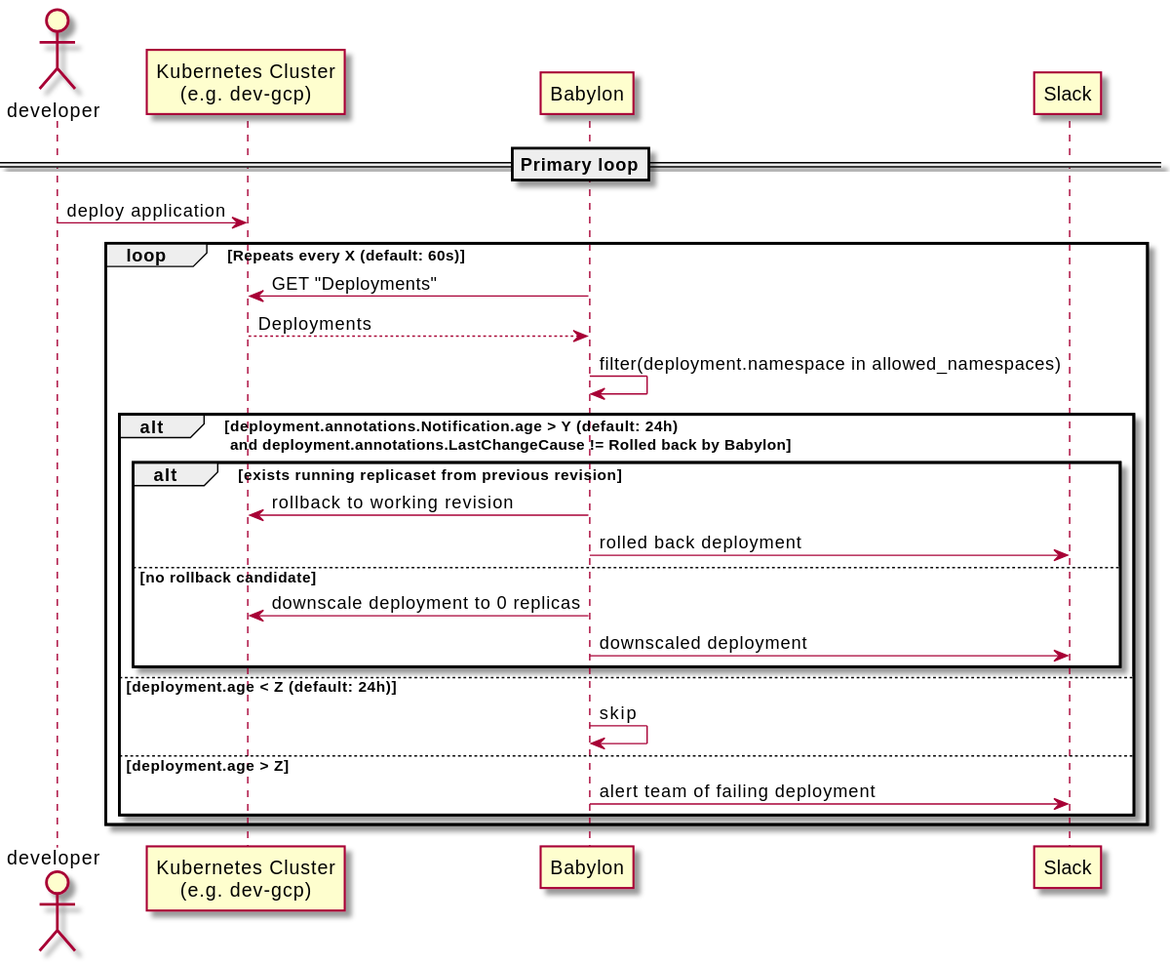
This is docs/babylon-flow.svg from nais/babylon, a PlantUML export, as it was before one commit.
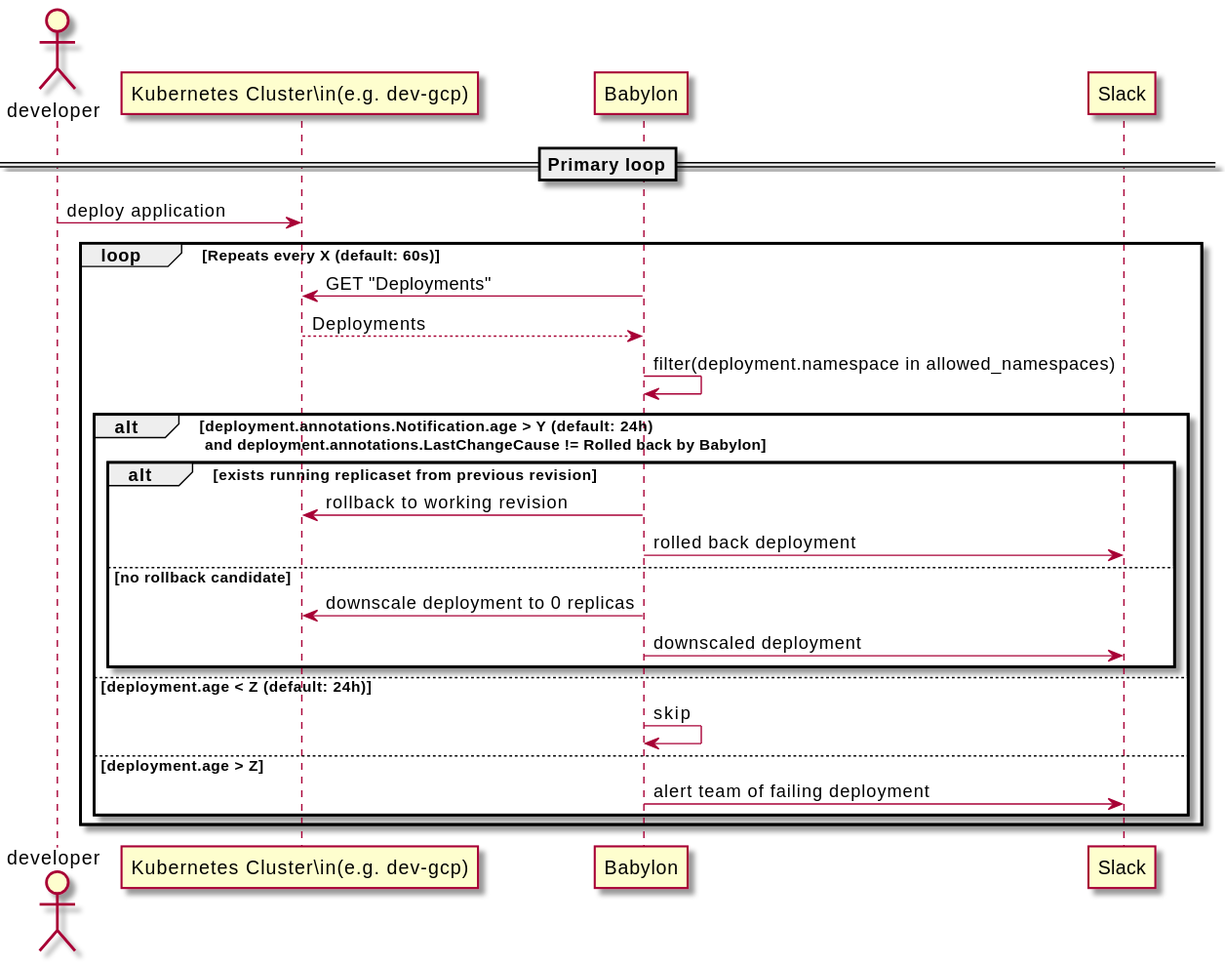
After the change.

Commit message:
[ci skip] add diagram-generation to makefile

Diff of the diagram source:
```diff
@@ -1,6 +1,6 @@
 @startuml babylon-flow
 actor developer as developer
-participant k8s as "Kubernetes Cluster\n(e.g. dev-gcp)"
+participant k8s as "Kubernetes Cluster\in(e.g. dev-gcp)"
 participant babylon as "Babylon"
 participant alertmanager as "Slack"
 ==Primary loop==
```
